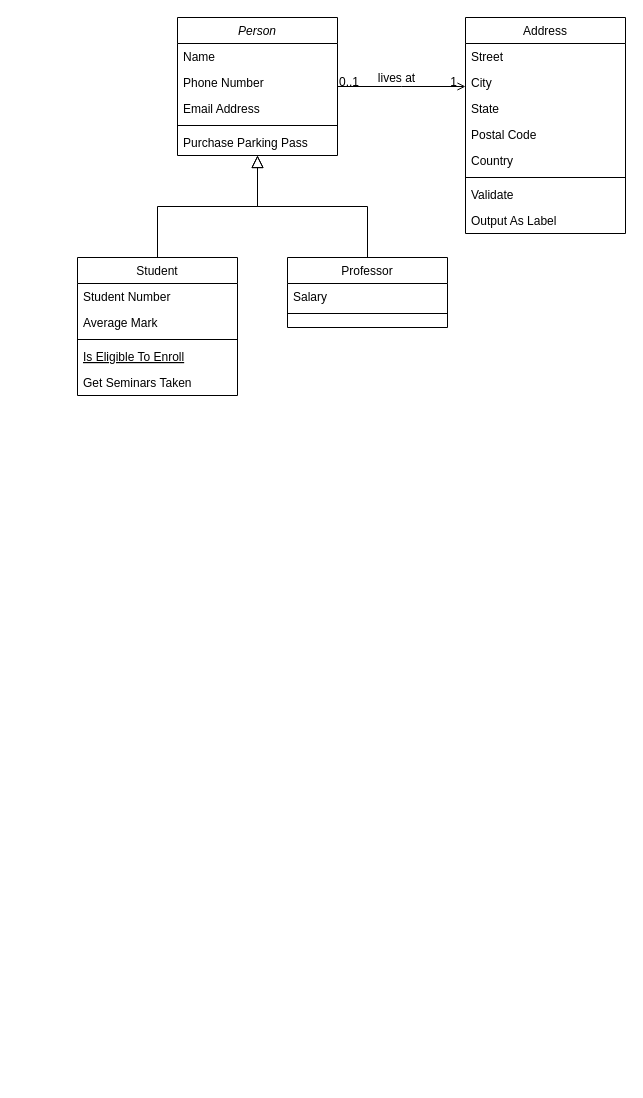
Before: Untitled Diagram.drawio in Jackandy1114/Moon-Light-Music, a draw.io diagram. Source tidied: cells renumbered, new cells numbered last; positions are measured from the earlier drawing's top-left corner, leaving out a move shared by most shapes. Both pictures are drawn from the tidied source at 100%, with x=0, y=0 at pixel (77, 17).
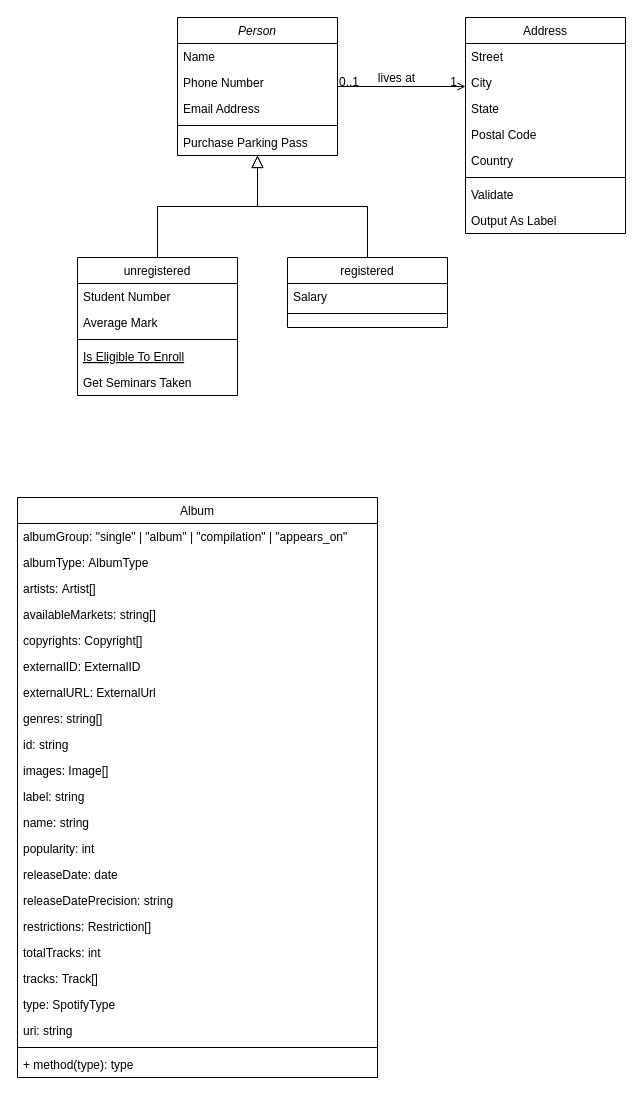
Above is the later version.

Diff of the diagram source:
```diff
@@
-    <mxCell id="8" value="Student" style="swimlane;fontStyle=0;align=center;verticalAlign=top;horizontal=1;startSize=26;rounded=0;shadow=0;strokeWidth=1;" parent="1" vertex="1">
+    <mxCell id="8" value="unregistered" style="swimlane;fontStyle=0;align=center;verticalAlign=top;horizontal=1;startSize=26;rounded=0;shadow=0;strokeWidth=1;" parent="1" vertex="1">
       <mxGeometry y="240" width="160" height="138" as="geometry" />
     </mxCell>
@@
-    <mxCell id="15" value="Professor" style="swimlane;fontStyle=0;align=center;verticalAlign=top;horizontal=1;startSize=26;rounded=0;shadow=0;strokeWidth=1;" parent="1" vertex="1">
+    <mxCell id="15" value="registered" style="swimlane;fontStyle=0;align=center;verticalAlign=top;horizontal=1;startSize=26;rounded=0;shadow=0;strokeWidth=1;" parent="1" vertex="1">
       <mxGeometry x="210" y="240" width="160" height="70" as="geometry" />
     </mxCell>
@@
+    <mxCell id="32" value="Album" style="swimlane;fontStyle=0;align=center;verticalAlign=top;horizontal=1;startSize=26;" parent="1" vertex="1">
+      <mxGeometry x="-60" y="480" width="360" height="580" as="geometry" />
+    </mxCell>
+    <mxCell id="33" value="albumGroup: &quot;single&quot; | &quot;album&quot; | &quot;compilation&quot; | &quot;appears_on&quot;" style="text;strokeColor=none;fillColor=none;align=left;verticalAlign=top;spacingLeft=4;spacingRight=4;overflow=hidden;fontStyle=0;" parent="32" vertex="1">
+      <mxGeometry y="26" width="360" height="26" as="geometry" />
+    </mxCell>
+    <mxCell id="34" value="albumType: AlbumType" style="text;strokeColor=none;fillColor=none;align=left;verticalAlign=top;spacingLeft=4;spacingRight=4;overflow=hidden;fontStyle=0;" parent="32" vertex="1">
+      <mxGeometry y="52" width="360" height="26" as="geometry" />
+    </mxCell>
+    <mxCell id="35" value="artists: Artist[]" style="text;strokeColor=none;fillColor=none;align=left;verticalAlign=top;spacingLeft=4;spacingRight=4;overflow=hidden;fontStyle=0;" parent="32" vertex="1">
+      <mxGeometry y="78" width="360" height="26" as="geometry" />
+    </mxCell>
+    <mxCell id="36" value="availableMarkets: string[]" style="text;strokeColor=none;fillColor=none;align=left;verticalAlign=top;spacingLeft=4;spacingRight=4;overflow=hidden;fontStyle=0;" parent="32" vertex="1">
+      <mxGeometry y="104" width="360" height="26" as="geometry" />
+    </mxCell>
+    <mxCell id="37" value="copyrights: Copyright[]" style="text;strokeColor=none;fillColor=none;align=left;verticalAlign=top;spacingLeft=4;spacingRight=4;overflow=hidden;fontStyle=0;" parent="32" vertex="1">
+      <mxGeometry y="130" width="360" height="26" as="geometry" />
+    </mxCell>
+    <mxCell id="38" value="externalID: ExternalID" style="text;strokeColor=none;fillColor=none;align=left;verticalAlign=top;spacingLeft=4;spacingRight=4;overflow=hidden;fontStyle=0;" parent="32" vertex="1">
+      <mxGeometry y="156" width="360" height="26" as="geometry" />
+    </mxCell>
+    <mxCell id="39" value="externalURL: ExternalUrl" style="text;strokeColor=none;fillColor=none;align=left;verticalAlign=top;spacingLeft=4;spacingRight=4;overflow=hidden;fontStyle=0;" parent="32" vertex="1">
+      <mxGeometry y="182" width="360" height="26" as="geometry" />
+    </mxCell>
+    <mxCell id="40" value="genres: string[]" style="text;strokeColor=none;fillColor=none;align=left;verticalAlign=top;spacingLeft=4;spacingRight=4;overflow=hidden;fontStyle=0;" parent="32" vertex="1">
+      <mxGeometry y="208" width="360" height="26" as="geometry" />
+    </mxCell>
+    <mxCell id="41" value="id: string" style="text;strokeColor=none;fillColor=none;align=left;verticalAlign=top;spacingLeft=4;spacingRight=4;overflow=hidden;fontStyle=0;" parent="32" vertex="1">
+      <mxGeometry y="234" width="360" height="26" as="geometry" />
+    </mxCell>
+    <mxCell id="42" value="images: Image[]" style="text;strokeColor=none;fillColor=none;align=left;verticalAlign=top;spacingLeft=4;spacingRight=4;overflow=hidden;fontStyle=0;" parent="32" vertex="1">
+      <mxGeometry y="260" width="360" height="26" as="geometry" />
+    </mxCell>
+    <mxCell id="43" value="label: string" style="text;strokeColor=none;fillColor=none;align=left;verticalAlign=top;spacingLeft=4;spacingRight=4;overflow=hidden;fontStyle=0;" parent="32" vertex="1">
+      <mxGeometry y="286" width="360" height="26" as="geometry" />
+    </mxCell>
+    <mxCell id="44" value="name: string" style="text;strokeColor=none;fillColor=none;align=left;verticalAlign=top;spacingLeft=4;spacingRight=4;overflow=hidden;fontStyle=0;" parent="32" vertex="1">
+      <mxGeometry y="312" width="360" height="26" as="geometry" />
+    </mxCell>
+    <mxCell id="45" value="popularity: int" style="text;strokeColor=none;fillColor=none;align=left;verticalAlign=top;spacingLeft=4;spacingRight=4;overflow=hidden;fontStyle=0;" parent="32" vertex="1">
+      <mxGeometry y="338" width="360" height="26" as="geometry" />
+    </mxCell>
+    <mxCell id="46" value="releaseDate: date" style="text;strokeColor=none;fillColor=none;align=left;verticalAlign=top;spacingLeft=4;spacingRight=4;overflow=hidden;fontStyle=0;" parent="32" vertex="1">
+      <mxGeometry y="364" width="360" height="26" as="geometry" />
+    </mxCell>
+    <mxCell id="47" value="releaseDatePrecision: string" style="text;strokeColor=none;fillColor=none;align=left;verticalAlign=top;spacingLeft=4;spacingRight=4;overflow=hidden;fontStyle=0;" parent="32" vertex="1">
+      <mxGeometry y="390" width="360" height="26" as="geometry" />
+    </mxCell>
+    <mxCell id="48" value="restrictions: Restriction[]" style="text;strokeColor=none;fillColor=none;align=left;verticalAlign=top;spacingLeft=4;spacingRight=4;overflow=hidden;fontStyle=0;" parent="32" vertex="1">
+      <mxGeometry y="416" width="360" height="26" as="geometry" />
+    </mxCell>
+    <mxCell id="49" value="totalTracks: int" style="text;strokeColor=none;fillColor=none;align=left;verticalAlign=top;spacingLeft=4;spacingRight=4;overflow=hidden;fontStyle=0;" parent="32" vertex="1">
+      <mxGeometry y="442" width="360" height="26" as="geometry" />
+    </mxCell>
+    <mxCell id="50" value="tracks: Track[]" style="text;strokeColor=none;fillColor=none;align=left;verticalAlign=top;spacingLeft=4;spacingRight=4;overflow=hidden;fontStyle=0;" parent="32" vertex="1">
+      <mxGeometry y="468" width="360" height="26" as="geometry" />
+    </mxCell>
+    <mxCell id="51" value="type: SpotifyType" style="text;strokeColor=none;fillColor=none;align=left;verticalAlign=top;spacingLeft=4;spacingRight=4;overflow=hidden;fontStyle=0;" parent="32" vertex="1">
+      <mxGeometry y="494" width="360" height="26" as="geometry" />
+    </mxCell>
+    <mxCell id="52" value="uri: string" style="text;strokeColor=none;fillColor=none;align=left;verticalAlign=top;spacingLeft=4;spacingRight=4;overflow=hidden;fontStyle=0;" parent="32" vertex="1">
+      <mxGeometry y="520" width="360" height="26" as="geometry" />
+    </mxCell>
+    <mxCell id="53" style="line;strokeWidth=1;fillColor=none;align=left;verticalAlign=middle;spacingTop=-1;spacingLeft=3;spacingRight=3;labelPosition=right;strokeColor=inherit;" parent="32" vertex="1">
+      <mxGeometry y="546" width="360" height="8" as="geometry" />
+    </mxCell>
+    <mxCell id="54" value="+ method(type): type" style="text;strokeColor=none;fillColor=none;align=left;verticalAlign=top;spacingLeft=4;spacingRight=4;overflow=hidden;" parent="32" vertex="1">
+      <mxGeometry y="554" width="360" height="26" as="geometry" />
+    </mxCell>
```
